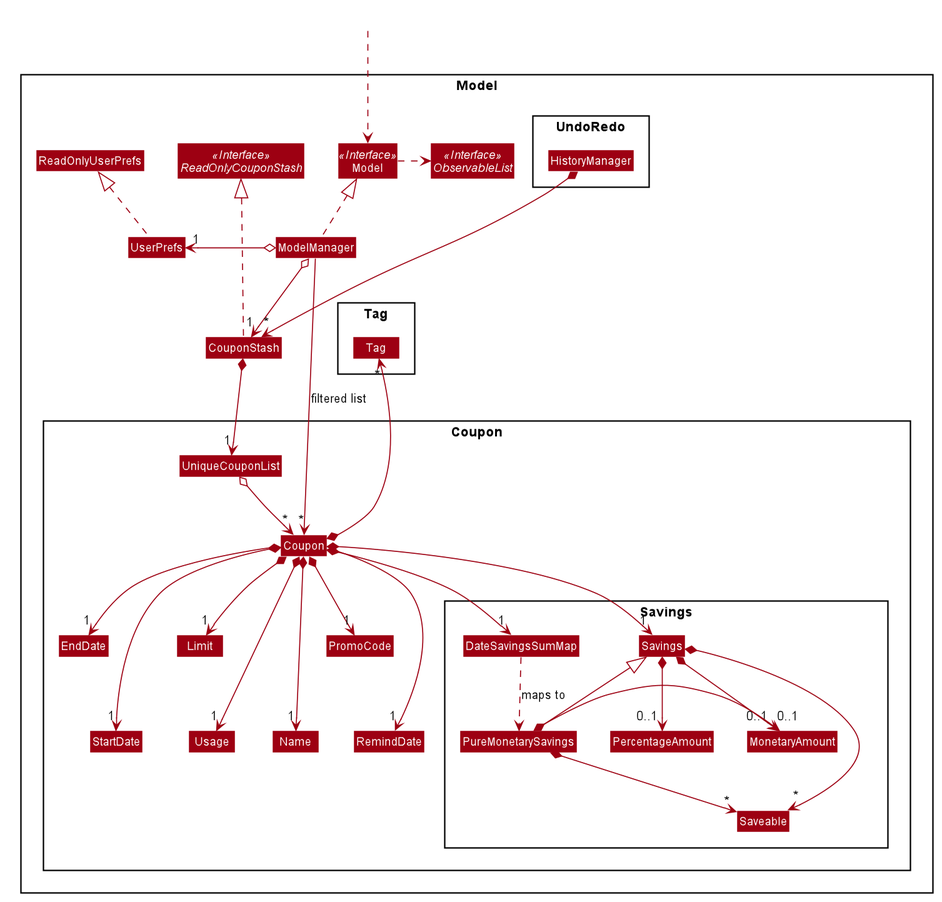
Above: docs/images/ModelClassDiagram.png in nus-cs2103-AY1920S2/addressbook-level3 (PlantUML), before the change. The source it was exported from:
```plantuml
@startuml








skinparam BackgroundColor #FFFFFFF

skinparam Shadowing false

skinparam Class {
    FontColor #FFFFFF
    BorderThickness 1
    BorderColor #FFFFFF
    StereotypeFontColor #FFFFFF
    FontName Arial
}

skinparam Actor {
    BorderColor #000000
    Color #000000
    FontName Arial
}

skinparam Sequence {
    MessageAlign center
    BoxFontSize 15
    BoxPadding 0
    BoxFontColor #FFFFFF
    FontName Arial
}

skinparam Participant {
    FontColor #FFFFFFF
    Padding 20
}

skinparam MinClassWidth 50
skinparam ParticipantPadding 10
skinparam Shadowing false
skinparam DefaultTextAlignment center
skinparam packageStyle Rectangle

hide footbox
hide members
hide circle
skinparam arrowThickness 1.1
skinparam arrowColor #9D0012
skinparam classBackgroundColor #9D0012

Package Model <<Rectangle>>{
Interface ReadOnlyAddressBook <<Interface>>
Interface Model <<Interface>>
Interface ObservableList <<Interface>>
Class AddressBook
Class ReadOnlyAddressBook
Class Model
Class ModelManager
Class UserPrefs
Class ReadOnlyUserPrefs

Package Person {
Class Person
Class Address
Class Email
Class Name
Class Phone
Class UniquePersonList
}

Package Tag {
Class Tag
}
}

Class HiddenOutside #FFFFFF
HiddenOutside ..> Model

AddressBook .up.|> ReadOnlyAddressBook

ModelManager .up.|> Model
Model .right.> ObservableList
ModelManager o--> "1" AddressBook
ModelManager o-left-> "1" UserPrefs
UserPrefs .up.|> ReadOnlyUserPrefs

AddressBook *--> "1" UniquePersonList
UniquePersonList o--> "*" Person
Person *--> Name
Person *--> Phone
Person *--> Email
Person *--> Address
Person *--> "*" Tag

Name -[hidden]right-> Phone
Phone -[hidden]right-> Address
Address -[hidden]right-> Email

ModelManager -->"1" Person : filtered list
@enduml
```
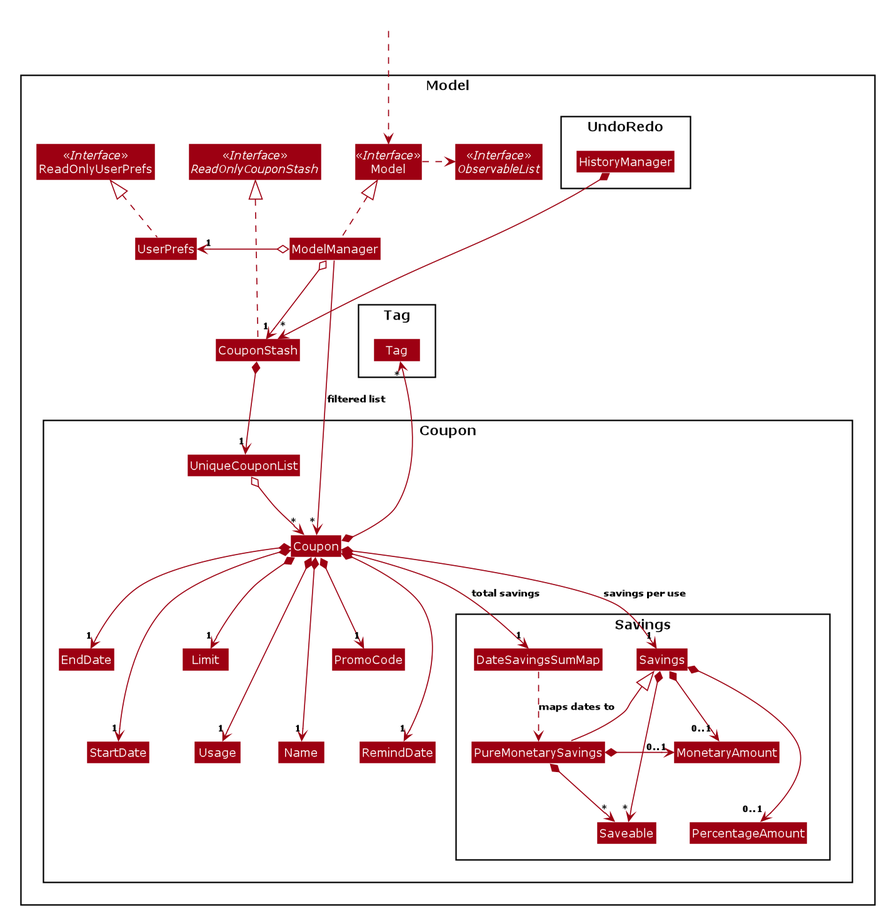
The same file after the commit.

Commit message:
Untangle ModelClassDiagram

What changed in the source:
```diff
@@ -1,4 +1,6 @@
 @startuml
+
+
 
 
 
@@ -16,21 +18,22 @@
     BorderThickness 1
     BorderColor #FFFFFF
     StereotypeFontColor #FFFFFF
-    FontName Arial
+    FontName Verdana
+    AttributeFontColor #FFFFFF
 }
 
 skinparam Actor {
     BorderColor #000000
     Color #000000
-    FontName Arial
+    FontName Verdana
 }
 
 skinparam Sequence {
     MessageAlign center
-    BoxFontSize 15
+    BoxFontSize 12
     BoxPadding 0
     BoxFontColor #FFFFFF
-    FontName Arial
+    FontName Verdana
 }
 
 skinparam Participant {
@@ -38,66 +41,113 @@
     Padding 20
 }
 
+skinparam GenericDisplay zz
+
+skinparam ArrowFontSize 10
+skinparam ArrowFontStyle bold
+
+skinparam NoteBackgroundColor ghostwhite
+skinparam NoteBorderColor #3333C4
+skinparam DefaultFontName Verdana
+
 skinparam MinClassWidth 50
 skinparam ParticipantPadding 10
 skinparam Shadowing false
 skinparam DefaultTextAlignment center
 skinparam packageStyle Rectangle
+skinparam classAttributeIconSize 0
+skinparam genericDisplay old
 
 hide footbox
 hide members
 hide circle
+
 skinparam arrowThickness 1.1
 skinparam arrowColor #9D0012
 skinparam classBackgroundColor #9D0012
 
 Package Model <<Rectangle>>{
-Interface ReadOnlyAddressBook <<Interface>>
+Interface ReadOnlyCouponStash <<Interface>>
 Interface Model <<Interface>>
 Interface ObservableList <<Interface>>
-Class AddressBook
-Class ReadOnlyAddressBook
+Class CouponStash
 Class Model
 Class ModelManager
 Class UserPrefs
-Class ReadOnlyUserPrefs
+Class ReadOnlyUserPrefs <<Interface>>
 
-Package Person {
-Class Person
-Class Address
-Class Email
+Package Coupon {
+Class Coupon
+Class StartDate
+Class EndDate
 Class Name
-Class Phone
-Class UniquePersonList
+Class PromoCode
+Class UniqueCouponList
+Class Usage
+Class Limit
+Class RemindDate
+Package Savings {
+Class Savings
+Class DateSavingsSumMap
+Class PercentageAmount
+Class MonetaryAmount
+Class Saveable
+Class PureMonetarySavings
+}
 }
 
 Package Tag {
 Class Tag
+}
+
+Package UndoRedo {
+Class HistoryManager
 }
 }
 
 Class HiddenOutside #FFFFFF
 HiddenOutside ..> Model
 
-AddressBook .up.|> ReadOnlyAddressBook
+CouponStash .up..|> ReadOnlyCouponStash
 
 ModelManager .up.|> Model
 Model .right.> ObservableList
-ModelManager o--> "1" AddressBook
+ModelManager o--> "1" CouponStash
 ModelManager o-left-> "1" UserPrefs
 UserPrefs .up.|> ReadOnlyUserPrefs
 
-AddressBook *--> "1" UniquePersonList
-UniquePersonList o--> "*" Person
-Person *--> Name
-Person *--> Phone
-Person *--> Email
-Person *--> Address
-Person *--> "*" Tag
+CouponStash *--> "1" UniqueCouponList
+UniqueCouponList o--> "*" Coupon
+Coupon *--> "1" Name
+Coupon *--> "1" PromoCode
+Coupon *--> "1" EndDate
+Coupon *--> "1" StartDate
+Coupon *--> "1" Savings : savings per use
+Coupon *--> "1" Usage
+Coupon *--> "1" Limit
+Coupon *--> "1" RemindDate
+Coupon *--> "1" DateSavingsSumMap : total savings
+Coupon *-up-> "*" Tag
 
-Name -[hidden]right-> Phone
-Phone -[hidden]right-> Address
-Address -[hidden]right-> Email
+Savings *--> "0..1" PercentageAmount
+Savings *--> "0..1" MonetaryAmount
+Savings *--> "*" Saveable
+PureMonetarySavings -up-|> Savings
+PureMonetarySavings *-right-> "0..1" MonetaryAmount
+PureMonetarySavings *-down-> "*" Saveable
+DateSavingsSumMap ..> PureMonetarySavings : "maps dates to"
 
-ModelManager -->"1" Person : filtered list
+HistoryManager *--> "*" CouponStash
+
+ModelManager --> "*" Coupon : filtered list
+
+Name -[hidden]up-> PromoCode
+StartDate -[hidden]up-> EndDate
+Usage -[hidden]up-> Limit
+PromoCode -[hidden]down-> RemindDate
+PercentageAmount -[hidden]left-> MonetaryAmount
+PercentageAmount -[hidden]left-> Saveable
+HistoryManager -[hidden]left-> ReadOnlyCouponStash
+CouponStash -[hidden]right-> Tag
+
 @enduml
```
